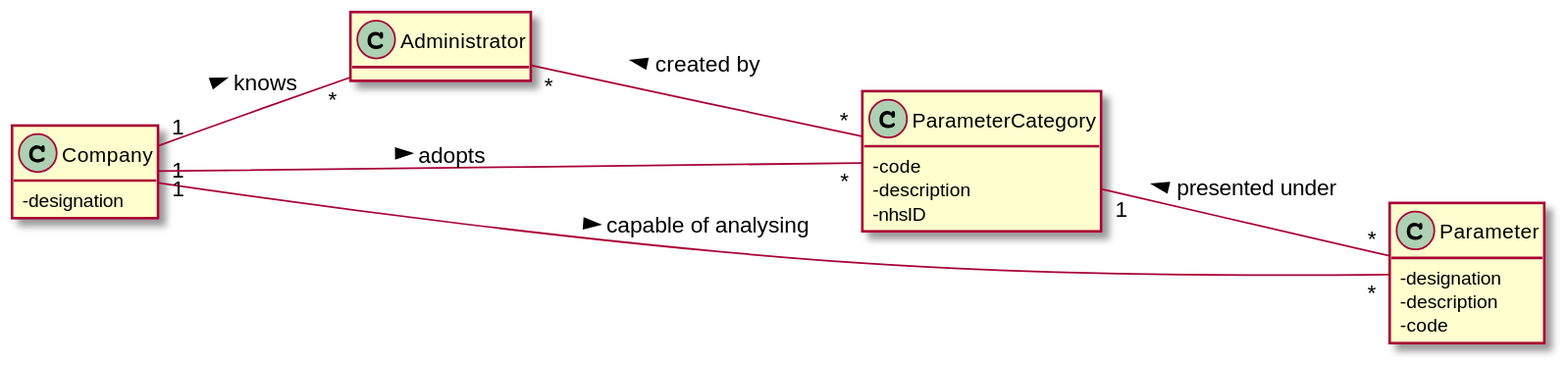
0franciscor/lei-21-s2-1de-g19 keeps this PlantUML diagram as docs/SprintC/US10/US10-MD.svg. Above is the earlier version.
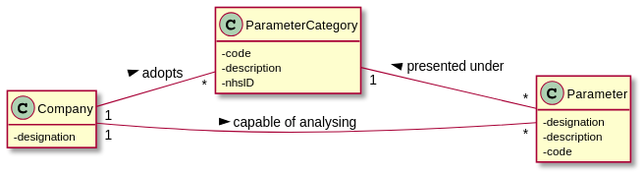
The same diagram one commit later.

Change to the diagram source:
```diff
@@ -2,23 +2,18 @@
 hide methods
 left to right direction
 class Company
-class Administrator
 class ParameterCategory
 class Parameter
 
 
 Company "1" -- "*" Parameter : > capable of analysing
 Company "1" -- "*" ParameterCategory : > adopts
-Company "1" -- "*" Administrator : > knows
 ParameterCategory "1" -- "*" Parameter : < presented under
-Administrator "*" -- "*" ParameterCategory : < created by
 
 skinparam classAttributeIconSize 0
 class Company{
 -designation
 }
-
-
 
 class ParameterCategory{
 -code
@@ -32,8 +27,4 @@
 -code
 }
 
-class Administrator{
-}
-
-
 @enduml
```
